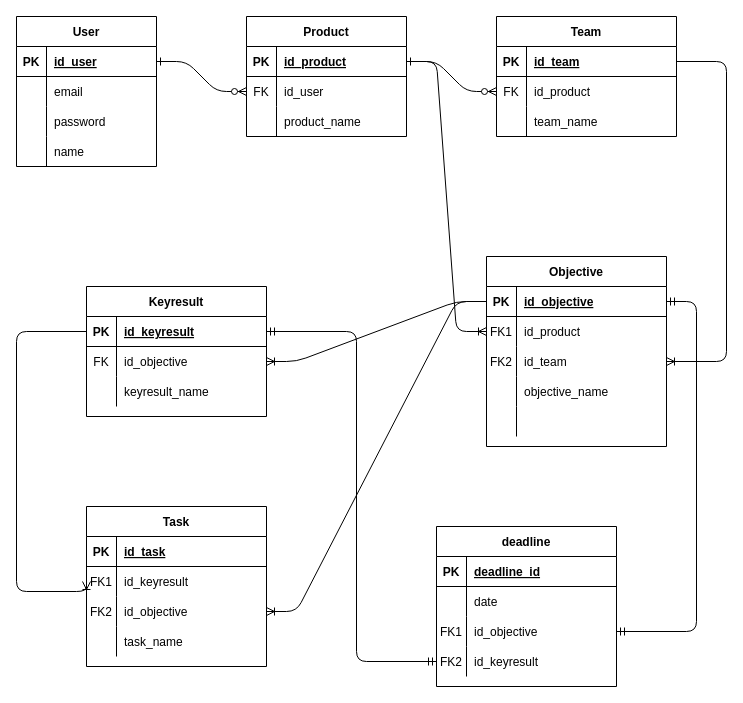
This is Database Design.drawio from ajied/Sistem-Monitoring-Kinerja-Pencapaian-Objective-Tim-Scrum-Menggunakan-OKR, a draw.io file, before an edit. Source tidied: cells renumbered, new cells numbered last; positions are measured from the earlier drawing's top-left corner, leaving out a move shared by most shapes. Both pictures are drawn from the tidied source at 100%, with x=0, y=0 at pixel (16, 16).
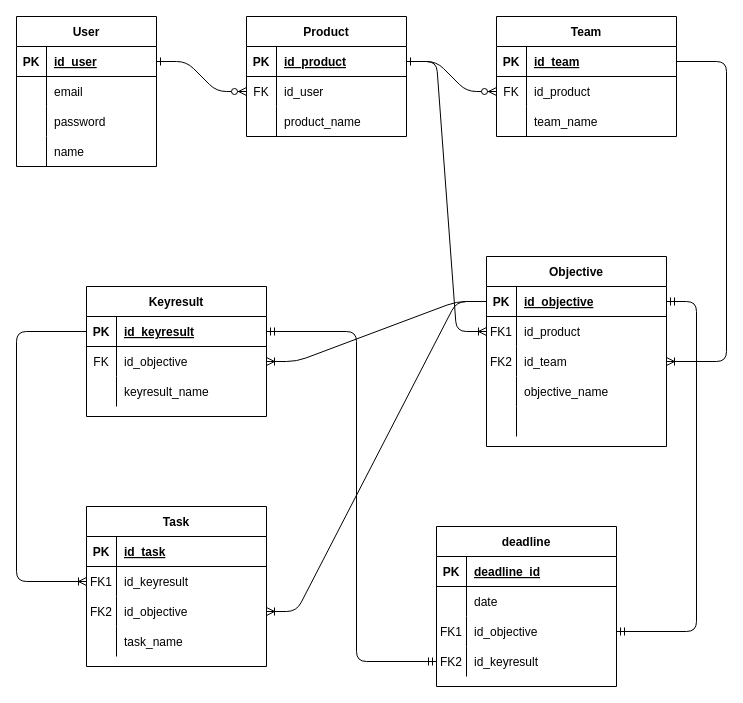
Above is the later version.

Unchanged cells that the change refers to:
```xml
<mxCell id="56" style="shape=partialRectangle;fillColor=none;top=0;left=0;bottom=1;right=0;points=[[0,0.5],[1,0.5]];portConstraint=eastwest;" parent="55" vertex="1">
  <mxGeometry y="30" width="180" height="30" as="geometry" />
</mxCell>
<mxCell id="84" style="shape=partialRectangle;fillColor=none;top=0;left=0;bottom=0;right=0;points=[[0,0.5],[1,0.5]];portConstraint=eastwest;" parent="80" vertex="1">
  <mxGeometry y="60" width="180" height="30" as="geometry" />
</mxCell>
```

The edit, as a diff of the source:
```diff
@@
-    <mxCell id="93" style="edgeStyle=orthogonalEdgeStyle;fontSize=12;html=1;endArrow=ERoneToMany;entryX=0;entryY=0.5;entryDx=0;entryDy=0;exitX=0;exitY=0.5;exitDx=0;exitDy=0;" parent="1" edge="1" source="56" target="84">
+    <mxCell id="93" style="fontSize=12;html=1;endArrow=ERoneToMany;entryX=0;entryY=0.5;entryDx=0;entryDy=0;exitX=0;exitY=0.5;exitDx=0;exitDy=0;edgeStyle=orthogonalEdgeStyle;" parent="1" edge="1" source="56" target="84">
       <mxGeometry relative="1" as="geometry">
         <Array as="points">
           <mxPoint y="315" />
-          <mxPoint y="575" />
+          <mxPoint y="565" />
         </Array>
       </mxGeometry>
     </mxCell>
```
